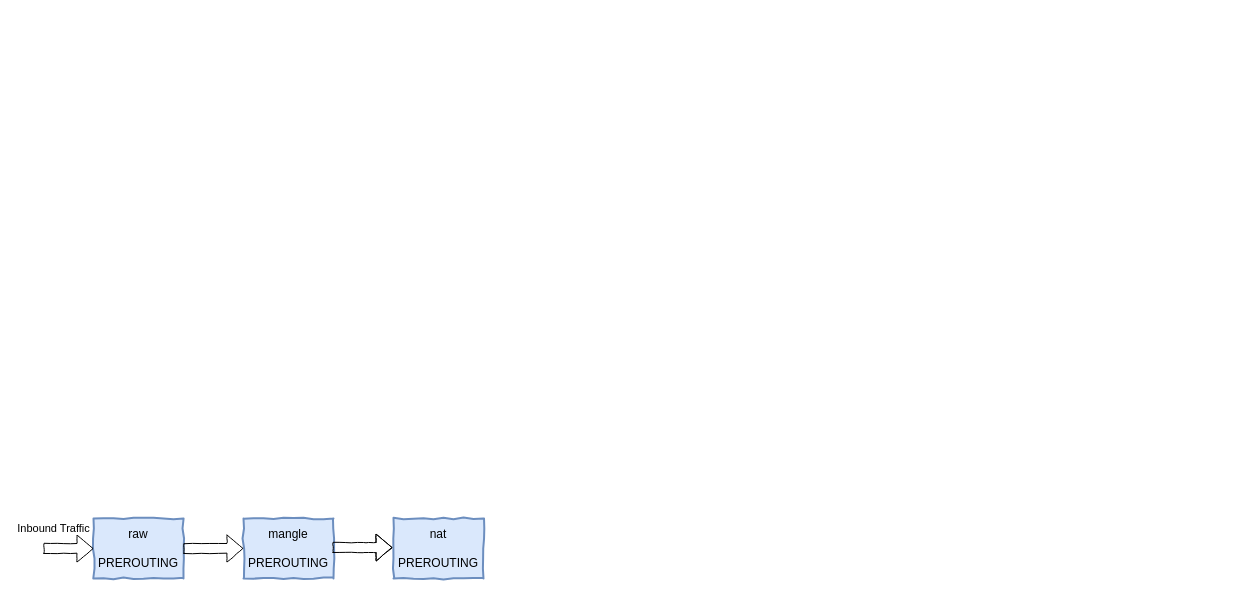
Before: iptables.drawio in qinxinliang/diagrams, a draw.io diagram. Source tidied: cells renumbered, new cells numbered last; positions are measured from the earlier drawing's top-left corner, leaving out a move shared by most shapes. Both pictures are drawn from the tidied source at 100%, with x=0, y=0 at pixel (43, 518).
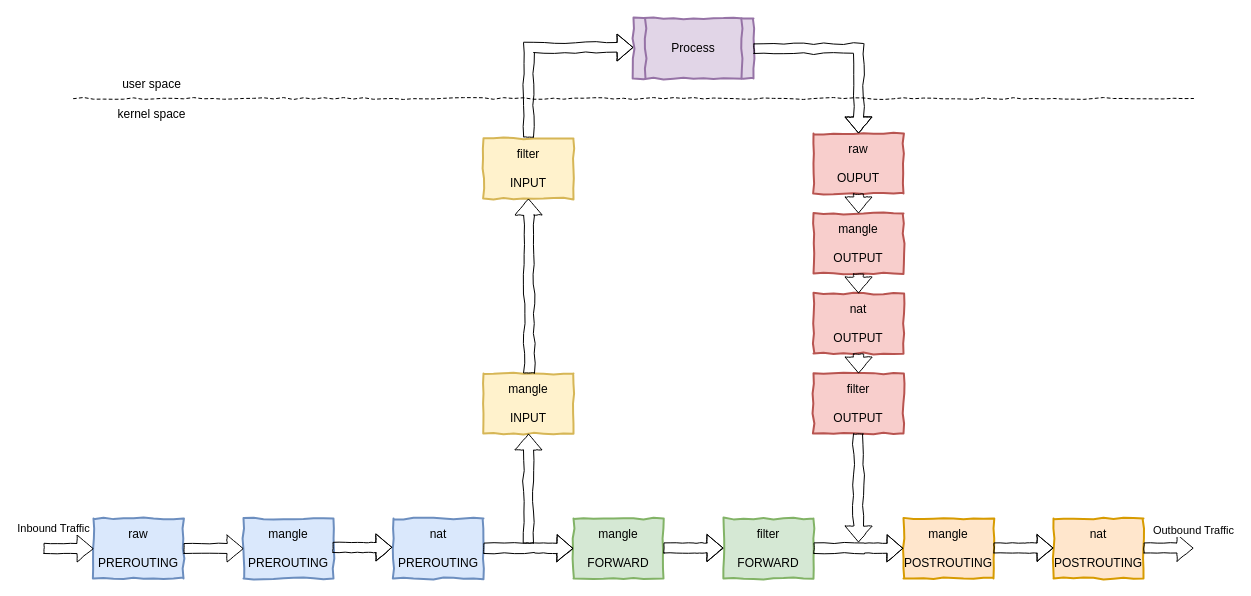
The same page after the edit.

Unchanged cells that the change refers to:
```xml
<mxCell id="4" value="nat&#10;&#10;PREROUTING" style="whiteSpace=wrap;align=center;verticalAlign=middle;fontStyle=0;strokeWidth=2;fillColor=#dae8fc;strokeColor=#6c8ebf;comic=1;" parent="1" vertex="1">
  <mxGeometry x="350" width="90" height="60" as="geometry" />
</mxCell>
```

Diff of the diagram source:
```diff
@@
+    <mxCell id="8" value="mangle&#10;&#10;FORWARD" style="whiteSpace=wrap;align=center;verticalAlign=middle;fontStyle=0;strokeWidth=2;fillColor=#d5e8d4;strokeColor=#82b366;comic=1;" parent="1" vertex="1">
+      <mxGeometry x="530" width="90" height="60" as="geometry" />
+    </mxCell>
+    <mxCell id="9" value="filter&#10;&#10;FORWARD" style="whiteSpace=wrap;align=center;verticalAlign=middle;fontStyle=0;strokeWidth=2;fillColor=#d5e8d4;strokeColor=#82b366;comic=1;" parent="1" vertex="1">
+      <mxGeometry x="680" width="90" height="60" as="geometry" />
+    </mxCell>
+    <mxCell id="10" value="mangle&#10;&#10;POSTROUTING" style="whiteSpace=wrap;align=center;verticalAlign=middle;fontStyle=0;strokeWidth=2;fillColor=#ffe6cc;strokeColor=#d79b00;comic=1;" parent="1" vertex="1">
+      <mxGeometry x="860" width="90" height="60" as="geometry" />
+    </mxCell>
+    <mxCell id="11" value="nat&#10;&#10;POSTROUTING" style="whiteSpace=wrap;align=center;verticalAlign=middle;fontStyle=0;strokeWidth=2;fillColor=#ffe6cc;strokeColor=#d79b00;comic=1;" parent="1" vertex="1">
+      <mxGeometry x="1010" width="90" height="60" as="geometry" />
+    </mxCell>
+    <mxCell id="12" value="Outbound Traffic" style="shape=flexArrow;endArrow=classic;html=1;rounded=0;endWidth=16;endSize=5;comic=1;verticalAlign=bottom;" parent="1" edge="1">
+      <mxGeometry x="1" y="10" relative="1" as="geometry">
+        <mxPoint x="1100" y="29.5" as="sourcePoint" />
+        <mxPoint x="1150" y="29.5" as="targetPoint" />
+        <mxPoint y="1" as="offset" />
+      </mxGeometry>
+    </mxCell>
+    <mxCell id="13" style="shape=flexArrow;endArrow=classic;html=1;rounded=0;endWidth=16;endSize=5;comic=1;exitX=1;exitY=0.5;exitDx=0;exitDy=0;entryX=0;entryY=0.5;entryDx=0;entryDy=0;" parent="1" edge="1" source="4" target="8">
+      <mxGeometry relative="1" as="geometry">
+        <Array as="points">
+          <mxPoint x="491" y="29.5" />
+        </Array>
+      </mxGeometry>
+    </mxCell>
+    <mxCell id="14" style="shape=flexArrow;endArrow=classic;html=1;rounded=0;endWidth=16;endSize=5;comic=1;exitX=1;exitY=0.5;exitDx=0;exitDy=0;" parent="1" edge="1">
+      <mxGeometry relative="1" as="geometry">
+        <mxPoint x="620" y="29.5" as="sourcePoint" />
+        <mxPoint x="680" y="29.5" as="targetPoint" />
+        <Array as="points">
+          <mxPoint x="651" y="29.5" />
+        </Array>
+      </mxGeometry>
+    </mxCell>
+    <mxCell id="15" style="shape=flexArrow;endArrow=classic;html=1;rounded=0;endWidth=16;endSize=5;comic=1;exitX=1;exitY=0.5;exitDx=0;exitDy=0;" parent="1" edge="1">
+      <mxGeometry relative="1" as="geometry">
+        <mxPoint x="950" y="29.5" as="sourcePoint" />
+        <mxPoint x="1010" y="29.5" as="targetPoint" />
+        <Array as="points">
+          <mxPoint x="981" y="29.5" />
+        </Array>
+      </mxGeometry>
+    </mxCell>
+    <mxCell id="16" style="shape=flexArrow;endArrow=classic;html=1;rounded=0;endWidth=16;endSize=5;comic=1;exitX=1;exitY=0.5;exitDx=0;exitDy=0;entryX=0;entryY=0.5;entryDx=0;entryDy=0;" parent="1" edge="1" target="10">
+      <mxGeometry relative="1" as="geometry">
+        <mxPoint x="770" y="30" as="sourcePoint" />
+        <Array as="points">
+          <mxPoint x="821" y="29.5" />
+        </Array>
+      </mxGeometry>
+    </mxCell>
+    <mxCell id="17" value="filter&#10;&#10;INPUT" style="whiteSpace=wrap;align=center;verticalAlign=middle;fontStyle=0;strokeWidth=2;fillColor=#fff2cc;strokeColor=#d6b656;comic=1;" parent="1" vertex="1">
+      <mxGeometry x="440" y="-380" width="90" height="60" as="geometry" />
+    </mxCell>
+    <mxCell id="18" value="mangle&#10;&#10;INPUT" style="whiteSpace=wrap;align=center;verticalAlign=middle;fontStyle=0;strokeWidth=2;fillColor=#fff2cc;strokeColor=#d6b656;comic=1;" parent="1" vertex="1">
+      <mxGeometry x="440" y="-145" width="90" height="60" as="geometry" />
+    </mxCell>
+    <mxCell id="19" value="Process" style="shape=process;whiteSpace=wrap;html=1;backgroundOutline=1;comic=1;strokeColor=#9673a6;strokeWidth=2;fillColor=#e1d5e7;" parent="1" vertex="1">
+      <mxGeometry x="590" y="-500" width="120" height="60" as="geometry" />
+    </mxCell>
+    <mxCell id="20" value="filter&#10;&#10;OUTPUT" style="whiteSpace=wrap;align=center;verticalAlign=middle;fontStyle=0;strokeWidth=2;fillColor=#f8cecc;strokeColor=#b85450;comic=1;" parent="1" vertex="1">
+      <mxGeometry x="770" y="-145" width="90" height="60" as="geometry" />
+    </mxCell>
+    <mxCell id="21" value="nat&#10;&#10;OUTPUT" style="whiteSpace=wrap;align=center;verticalAlign=middle;fontStyle=0;strokeWidth=2;fillColor=#f8cecc;strokeColor=#b85450;comic=1;" parent="1" vertex="1">
+      <mxGeometry x="770" y="-225" width="90" height="60" as="geometry" />
+    </mxCell>
+    <mxCell id="22" value="mangle&#10;&#10;OUTPUT" style="whiteSpace=wrap;align=center;verticalAlign=middle;fontStyle=0;strokeWidth=2;fillColor=#f8cecc;strokeColor=#b85450;comic=1;" parent="1" vertex="1">
+      <mxGeometry x="770" y="-305" width="90" height="60" as="geometry" />
+    </mxCell>
+    <mxCell id="23" value="raw&#10;&#10;OUPUT" style="whiteSpace=wrap;align=center;verticalAlign=middle;fontStyle=0;strokeWidth=2;fillColor=#f8cecc;strokeColor=#b85450;comic=1;" parent="1" vertex="1">
+      <mxGeometry x="770" y="-385" width="90" height="60" as="geometry" />
+    </mxCell>
+    <mxCell id="24" style="shape=flexArrow;endArrow=classic;html=1;rounded=0;endWidth=16;endSize=5;comic=1;entryX=0.5;entryY=1;entryDx=0;entryDy=0;" parent="1" edge="1">
+      <mxGeometry relative="1" as="geometry">
+        <mxPoint x="485" y="25" as="sourcePoint" />
+        <mxPoint x="485" y="-85" as="targetPoint" />
+      </mxGeometry>
+    </mxCell>
+    <mxCell id="25" style="shape=flexArrow;endArrow=classic;html=1;rounded=0;endWidth=16;endSize=5;comic=1;entryX=0.5;entryY=1;entryDx=0;entryDy=0;" parent="1" edge="1" target="17">
+      <mxGeometry relative="1" as="geometry">
+        <mxPoint x="486" y="-145" as="sourcePoint" />
+      </mxGeometry>
+    </mxCell>
+    <mxCell id="26" style="shape=flexArrow;endArrow=classic;html=1;rounded=0;endWidth=16;endSize=5;comic=1;entryX=0;entryY=0.5;entryDx=0;entryDy=0;exitX=0.5;exitY=0;exitDx=0;exitDy=0;" parent="1" edge="1">
+      <mxGeometry relative="1" as="geometry">
+        <mxPoint x="485" y="-381" as="sourcePoint" />
+        <mxPoint x="590" y="-471" as="targetPoint" />
+        <Array as="points">
+          <mxPoint x="485" y="-471" />
+        </Array>
+      </mxGeometry>
+    </mxCell>
+    <mxCell id="27" style="shape=flexArrow;endArrow=classic;html=1;rounded=0;endWidth=16;endSize=5;comic=1;entryX=0.5;entryY=0;entryDx=0;entryDy=0;exitX=1;exitY=0.5;exitDx=0;exitDy=0;" parent="1" edge="1" source="19" target="23">
+      <mxGeometry relative="1" as="geometry">
+        <Array as="points">
+          <mxPoint x="815" y="-470" />
+        </Array>
+      </mxGeometry>
+    </mxCell>
+    <mxCell id="28" style="shape=flexArrow;endArrow=classic;html=1;rounded=0;endWidth=16;endSize=5;comic=1;exitX=0.5;exitY=1;exitDx=0;exitDy=0;" parent="1" edge="1" source="20">
+      <mxGeometry relative="1" as="geometry">
+        <mxPoint x="815" y="24" as="targetPoint" />
+      </mxGeometry>
+    </mxCell>
+    <mxCell id="29" style="shape=flexArrow;endArrow=classic;html=1;rounded=0;endWidth=16;endSize=5;comic=1;exitX=0.5;exitY=1;exitDx=0;exitDy=0;entryX=0.5;entryY=0;entryDx=0;entryDy=0;" parent="1" edge="1" source="23" target="22">
+      <mxGeometry relative="1" as="geometry" />
+    </mxCell>
+    <mxCell id="30" style="shape=flexArrow;endArrow=classic;html=1;rounded=0;endWidth=16;endSize=5;comic=1;exitX=0.5;exitY=1;exitDx=0;exitDy=0;entryX=0.5;entryY=0;entryDx=0;entryDy=0;" parent="1" edge="1" source="22" target="21">
+      <mxGeometry relative="1" as="geometry" />
+    </mxCell>
+    <mxCell id="31" style="shape=flexArrow;endArrow=classic;html=1;rounded=0;endWidth=16;endSize=5;comic=1;exitX=0.5;exitY=1;exitDx=0;exitDy=0;entryX=0.5;entryY=0;entryDx=0;entryDy=0;" parent="1" edge="1" source="21" target="20">
+      <mxGeometry relative="1" as="geometry" />
+    </mxCell>
+    <mxCell id="32" style="endArrow=none;dashed=1;html=1;rounded=0;comic=1;" parent="1" edge="1">
+      <mxGeometry relative="1" as="geometry">
+        <mxPoint x="30" y="-420" as="sourcePoint" />
+        <mxPoint x="1150" y="-420" as="targetPoint" />
+      </mxGeometry>
+    </mxCell>
+    <mxCell id="33" value="kernel space" style="text;html=1;align=center;verticalAlign=middle;strokeColor=none;fillColor=none;" parent="1" vertex="1">
+      <mxGeometry x="63" y="-419" width="90" height="30" as="geometry" />
+    </mxCell>
+    <mxCell id="34" value="user space" style="text;html=1;align=center;verticalAlign=middle;strokeColor=none;fillColor=none;" parent="1" vertex="1">
+      <mxGeometry x="68" y="-449" width="80" height="30" as="geometry" />
+    </mxCell>
```
